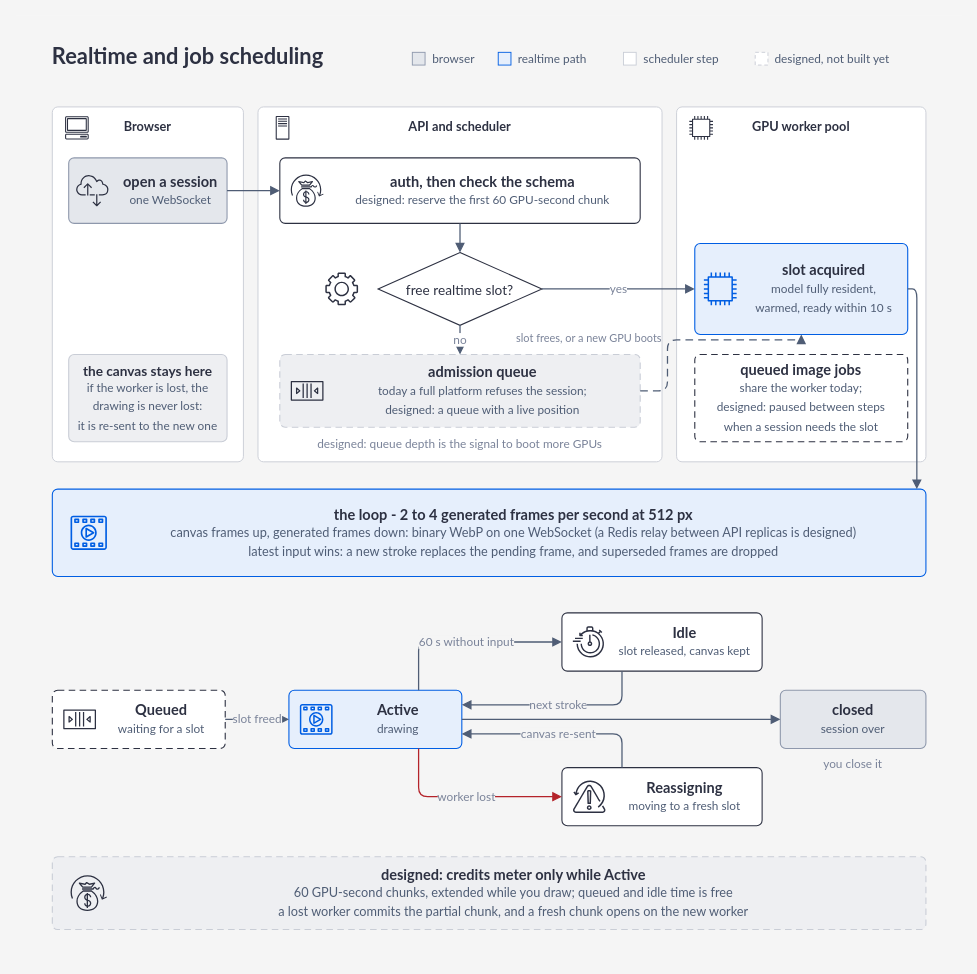
Portocolom-Studio/potocolom keeps this draw.io diagram as docs/figures/whitepaper/realtime-loop.drawio. Above is the earlier version. Source tidied: cells renumbered, new cells numbered last; positions are measured from the earlier drawing's top-left corner, leaving out a move shared by most shapes. Both pictures are drawn from the tidied source at 91%, with x=0, y=0 at pixel (15, 15).
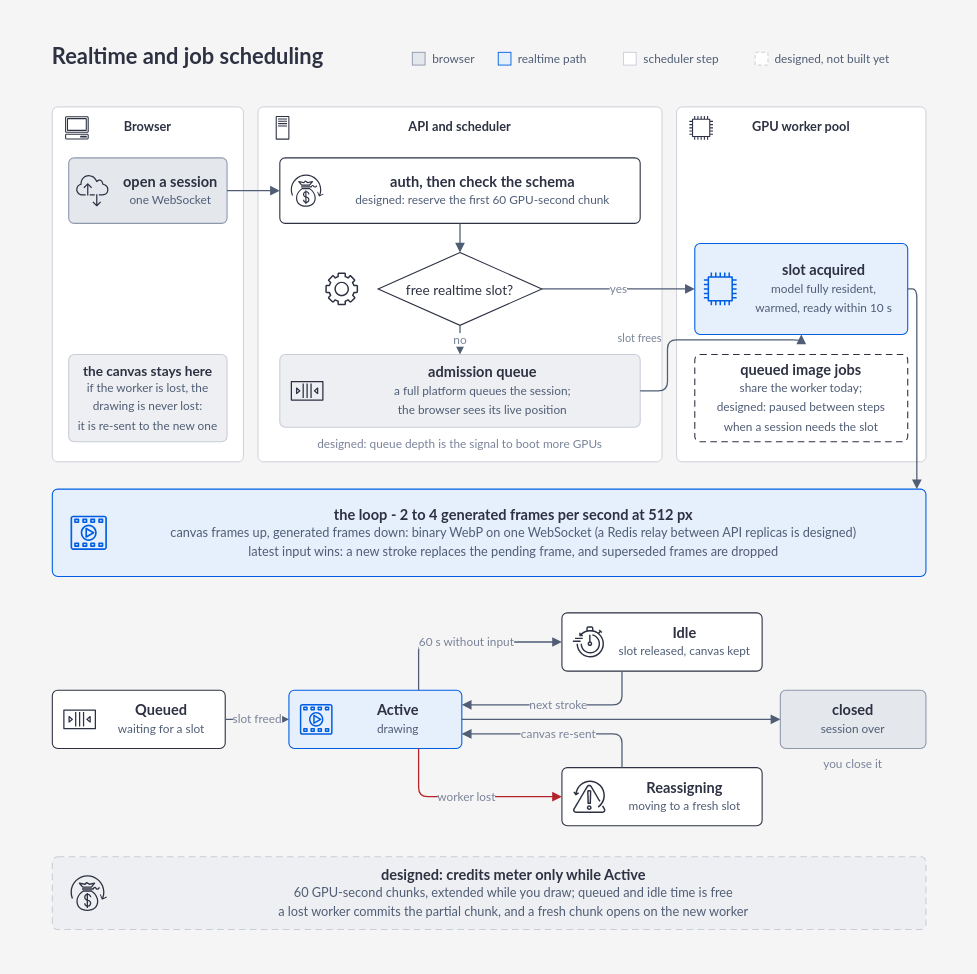
The same page after the edit.

Commit message (it also covers changes not shown here):
docs: draw the admission queue as running in the whitepaper loop figure

Unchanged cells that the change refers to:
```xml
<mxCell id="26" value="&lt;b&gt;slot acquired&lt;/b&gt;&lt;br&gt;&lt;span style=&quot;font-size:13px;font-weight:normal;color:#4f5d75;line-height:1.5&quot;&gt;model fully resident,&lt;br&gt;warmed, ready within 10 s&lt;/span&gt;" style="rounded=1;absoluteArcSize=1;arcSize=12;whiteSpace=wrap;html=1;fillColor=#e6effc;strokeColor=#005ee3;strokeWidth=1.2;fontFamily=Lato;fontSize=16;fontColor=#2d3142;fontStyle=0;align=center;verticalAlign=middle;spacing=10;spacingLeft=50;" parent="1" vertex="1">
  <mxGeometry x="746" y="250" width="234" height="100" as="geometry" />
</mxCell>
<mxCell id="44" value="&lt;b&gt;Active&lt;/b&gt;&lt;br&gt;&lt;span style=&quot;font-size:13px;font-weight:normal;color:#4f5d75;line-height:1.5&quot;&gt;drawing&lt;/span&gt;" style="rounded=1;absoluteArcSize=1;arcSize=12;whiteSpace=wrap;html=1;fillColor=#e6effc;strokeColor=#005ee3;strokeWidth=1.2;fontFamily=Lato;fontSize=16;fontColor=#2d3142;fontStyle=0;align=center;verticalAlign=middle;spacing=10;spacingLeft=50;" parent="1" vertex="1">
  <mxGeometry x="300" y="741" width="190" height="64" as="geometry" />
</mxCell>
```

What changed in the source:
```diff
@@
-    <mxCell id="24" value="&lt;b&gt;admission queue&lt;/b&gt;&lt;br&gt;&lt;span style=&quot;font-size:13px;font-weight:normal;color:#4f5d75;line-height:1.5&quot;&gt;today a full platform refuses the session;&lt;br&gt;designed: a queue with a live position&lt;/span&gt;" style="rounded=1;absoluteArcSize=1;arcSize=12;whiteSpace=wrap;html=1;fillColor=#eeeff2;strokeColor=#c9cdd6;dashed=1;dashPattern=6 4;strokeWidth=1.2;fontFamily=Lato;fontSize=16;fontColor=#2d3142;fontStyle=0;align=center;verticalAlign=middle;spacing=10;spacingLeft=50;" parent="1" vertex="1">
+    <mxCell id="24" value="&lt;b&gt;admission queue&lt;/b&gt;&lt;br&gt;&lt;span style=&quot;font-size:13px;font-weight:normal;color:#4f5d75;line-height:1.5&quot;&gt;a full platform queues the session;&lt;br&gt;the browser sees its live position&lt;/span&gt;" style="rounded=1;absoluteArcSize=1;arcSize=12;whiteSpace=wrap;html=1;fillColor=#eeeff2;strokeColor=#c9cdd6;strokeWidth=1.2;fontFamily=Lato;fontSize=16;fontColor=#2d3142;fontStyle=0;align=center;verticalAlign=middle;spacing=10;spacingLeft=50;" parent="1" vertex="1">
       <mxGeometry x="290" y="372" width="396" height="80" as="geometry" />
     </mxCell>
@@
-    <mxCell id="28" value="slot frees, or a new GPU boots" style="text;html=1;whiteSpace=wrap;fontFamily=Lato;fontSize=12;fontColor=#7a8399;fontStyle=0;align=right;verticalAlign=middle;spacing=0;" parent="1" vertex="1">
+    <mxCell id="28" value="slot frees" style="text;html=1;whiteSpace=wrap;fontFamily=Lato;fontSize=12;fontColor=#7a8399;fontStyle=0;align=right;verticalAlign=middle;spacing=0;" parent="1" vertex="1">
       <mxGeometry x="520" y="346" width="190" height="18" as="geometry" />
     </mxCell>
@@
-    <mxCell id="39" style="edgeStyle=orthogonalEdgeStyle;rounded=1;html=1;strokeColor=#4f5d75;strokeWidth=1.4;fontFamily=Lato;fontSize=13;fontColor=#7a8399;labelBackgroundColor=#f5f5f5;endArrow=block;endFill=1;endSize=7;dashed=1;dashPattern=6 4;exitX=1;exitY=0.5;exitDx=0;exitDy=0;entryX=0.5;entryY=1;entryDx=0;entryDy=0;" parent="1" edge="1" source="24" target="26">
+    <mxCell id="39" style="edgeStyle=orthogonalEdgeStyle;rounded=1;html=1;strokeColor=#4f5d75;strokeWidth=1.4;fontFamily=Lato;fontSize=13;fontColor=#7a8399;labelBackgroundColor=#f5f5f5;endArrow=block;endFill=1;endSize=7;exitX=1;exitY=0.5;exitDx=0;exitDy=0;entryX=0.5;entryY=1;entryDx=0;entryDy=0;" parent="1" edge="1" source="24" target="26">
       <mxGeometry relative="1" as="geometry">
         <Array as="points">
           <mxPoint x="716" y="412" />
           <mxPoint x="716" y="356" />
           <mxPoint x="863" y="356" />
         </Array>
       </mxGeometry>
     </mxCell>
@@
-    <mxCell id="43" value="&lt;b&gt;Queued&lt;/b&gt;&lt;br&gt;&lt;span style=&quot;font-size:13px;font-weight:normal;color:#4f5d75;line-height:1.5&quot;&gt;waiting for a slot&lt;/span&gt;" style="rounded=1;absoluteArcSize=1;arcSize=12;whiteSpace=wrap;html=1;fillColor=#ffffff;strokeColor=#2d3142;dashed=1;dashPattern=6 4;strokeWidth=1.2;fontFamily=Lato;fontSize=16;fontColor=#2d3142;fontStyle=0;align=center;verticalAlign=middle;spacing=10;spacingLeft=50;" parent="1" vertex="1">
+    <mxCell id="43" value="&lt;b&gt;Queued&lt;/b&gt;&lt;br&gt;&lt;span style=&quot;font-size:13px;font-weight:normal;color:#4f5d75;line-height:1.5&quot;&gt;waiting for a slot&lt;/span&gt;" style="rounded=1;absoluteArcSize=1;arcSize=12;whiteSpace=wrap;html=1;fillColor=#ffffff;strokeColor=#2d3142;strokeWidth=1.2;fontFamily=Lato;fontSize=16;fontColor=#2d3142;fontStyle=0;align=center;verticalAlign=middle;spacing=10;spacingLeft=50;" parent="1" vertex="1">
       <mxGeometry x="40" y="741" width="190" height="64" as="geometry" />
     </mxCell>
@@
-    <mxCell id="53" value="slot freed" style="edgeStyle=orthogonalEdgeStyle;rounded=1;html=1;strokeColor=#4f5d75;strokeWidth=1.4;fontFamily=Lato;fontSize=13;fontColor=#7a8399;labelBackgroundColor=#f5f5f5;endArrow=block;endFill=1;endSize=7;dashed=1;dashPattern=6 4;" parent="1" edge="1" source="43" target="44">
+    <mxCell id="53" value="slot freed" style="edgeStyle=orthogonalEdgeStyle;rounded=1;html=1;strokeColor=#4f5d75;strokeWidth=1.4;fontFamily=Lato;fontSize=13;fontColor=#7a8399;labelBackgroundColor=#f5f5f5;endArrow=block;endFill=1;endSize=7;" parent="1" edge="1" source="43" target="44">
       <mxGeometry relative="1" as="geometry" />
     </mxCell>
```
